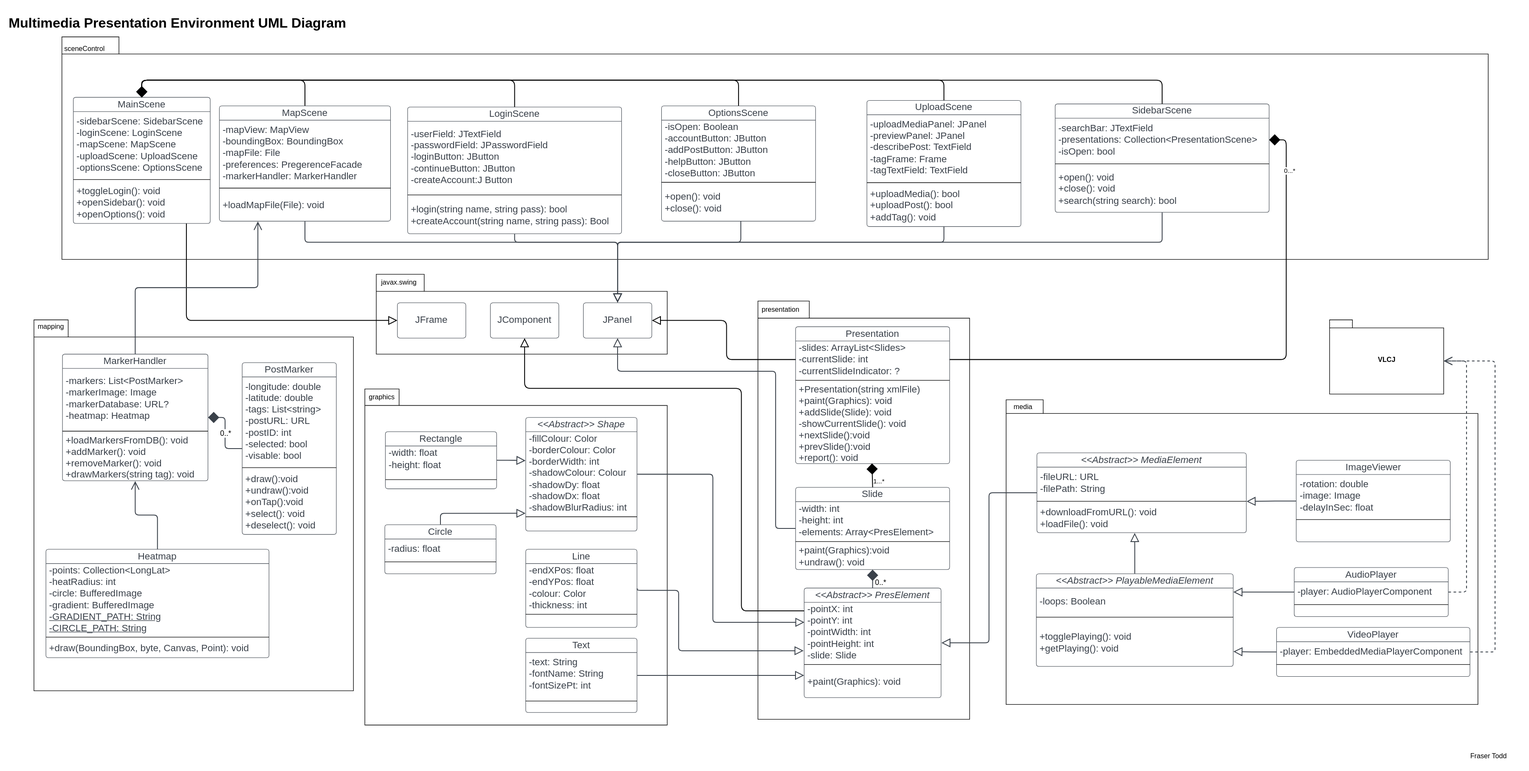
This is docs/MMPE-UML-Diagram.svg from Sweng-Group1/client-app-desktop, a draw.io export, as it was before one commit. Source tidied: cells renumbered, new cells last; positions are measured from the earlier drawing's top-left corner, leaving out a move shared by most shapes.
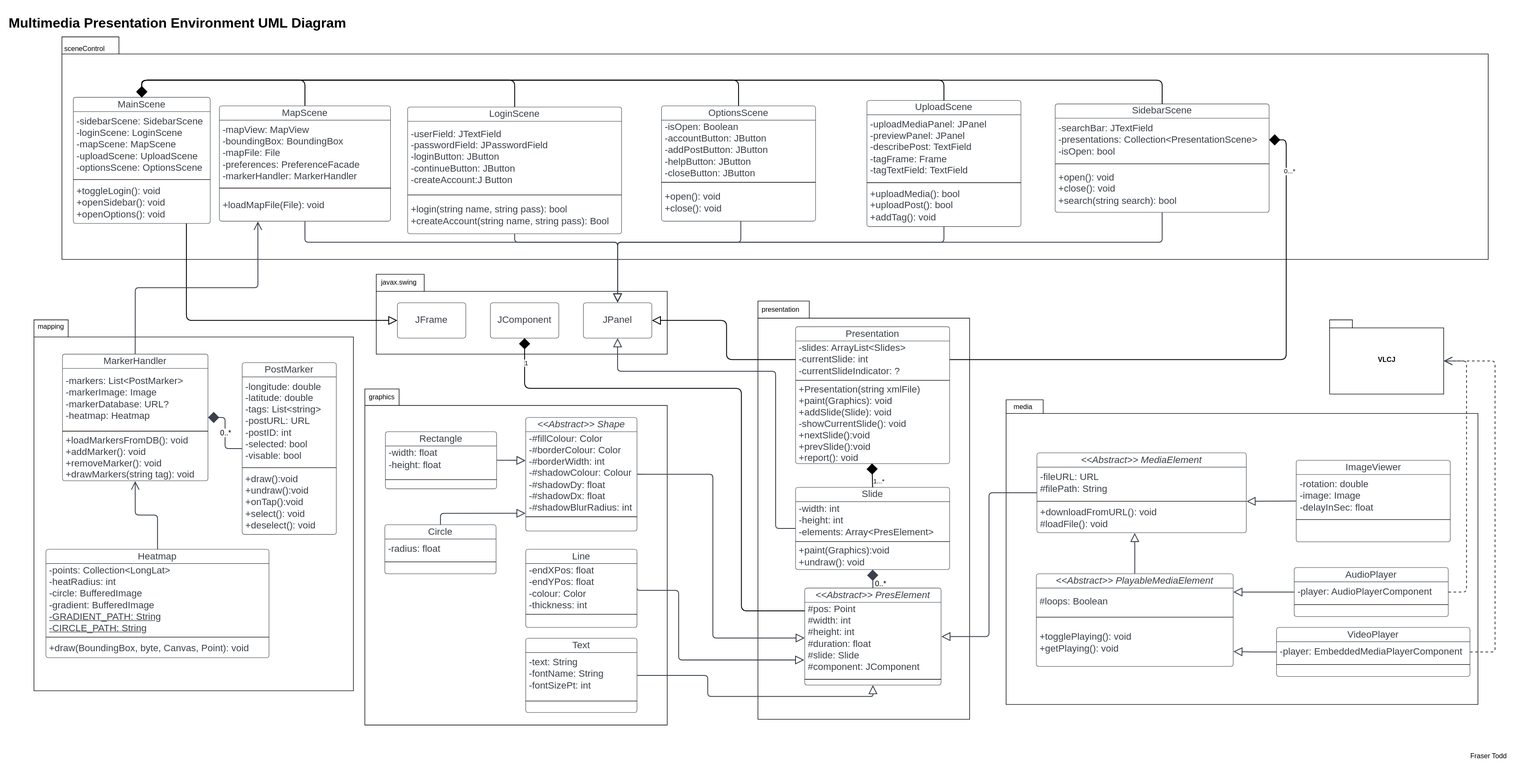
The same file after the commit.

Commit message:
Update UML to new approach drawing elements

Diff of the diagram source:
```diff
@@ -70,7 +70,7 @@
     <mxCell id="23" value="&amp;lt;&amp;lt;Abstract&amp;gt;&amp;gt; Shape" style="html=1;overflow=block;blockSpacing=1;swimlane;horizontal=1;swimlaneFillColor=#ffffff;startSize=25;whiteSpace=wrap;fontSize=16.7;fontColor=#3a414a;fontStyle=2;align=center;spacing=0;strokeColor=#3a414a;strokeOpacity=100;rounded=1;absoluteArcSize=1;arcSize=9;strokeWidth=0.8;" parent="1" vertex="1">
       <mxGeometry x="911" y="711" width="195" height="199" as="geometry" />
     </mxCell>
-    <mxCell id="24" value="-fillColour: Color&#10;-borderColour: Color&#10;-borderWidth: int&#10;-shadowColour: Colour&#10;-shadowDy: float&#10;-shadowDx: float&#10;-shadowBlurRadius: int" style="html=1;strokeColor=none;fillColor=none;align=left;verticalAlign=middle;spacingLeft=4;spacingRight=4;overflow=hidden;swimlaneFillColor=#ffffff;strokeOpacity=100;whiteSpace=wrap;fontSize=16.7;fontColor=#3a414a;" parent="23" vertex="1">
+    <mxCell id="24" value="-#fillColour: Color&lt;br&gt;-#borderColour: Color&lt;br&gt;-#borderWidth: int&lt;br&gt;-#shadowColour: Colour&lt;br&gt;-#shadowDy: float&lt;br&gt;-#shadowDx: float&lt;br&gt;-#shadowBlurRadius: int" style="html=1;strokeColor=none;fillColor=none;align=left;verticalAlign=middle;spacingLeft=4;spacingRight=4;overflow=hidden;swimlaneFillColor=#ffffff;strokeOpacity=100;whiteSpace=wrap;fontSize=16.7;fontColor=#3a414a;" parent="23" vertex="1">
       <mxGeometry y="25" width="195" height="145" as="geometry" />
     </mxCell>
     <mxCell id="25" style="line;strokeWidth=1;fillColor=none;align=left;verticalAlign=middle;spacingTop=-1;spacingLeft=3;spacingRight=3;labelPosition=right;" parent="23" vertex="1">
@@ -82,13 +82,13 @@
     <mxCell id="27" value="&lt;div style=&quot;&quot;&gt;&lt;span style=&quot;background-color: initial;&quot;&gt;&amp;lt;&amp;lt;Abstract&amp;gt;&amp;gt; MediaElement&lt;/span&gt;&lt;/div&gt;" style="html=1;overflow=block;blockSpacing=1;swimlane;horizontal=1;swimlaneFillColor=#ffffff;startSize=25;whiteSpace=wrap;fontSize=16.7;fontColor=#3a414a;fontStyle=2;align=center;spacing=0;strokeColor=#3a414a;strokeOpacity=100;rounded=1;absoluteArcSize=1;arcSize=9;strokeWidth=0.8;" parent="1" vertex="1">
       <mxGeometry x="1807" y="773" width="367" height="140" as="geometry" />
     </mxCell>
-    <mxCell id="28" value="-fileURL: URL&#10;-filePath: String" style="html=1;strokeColor=none;fillColor=none;align=left;verticalAlign=middle;spacingLeft=4;spacingRight=4;overflow=hidden;swimlaneFillColor=#ffffff;strokeOpacity=100;whiteSpace=wrap;fontSize=16.7;fontColor=#3a414a;" parent="27" vertex="1">
+    <mxCell id="28" value="-fileURL: URL&lt;br&gt;#filePath: String" style="html=1;strokeColor=none;fillColor=none;align=left;verticalAlign=middle;spacingLeft=4;spacingRight=4;overflow=hidden;swimlaneFillColor=#ffffff;strokeOpacity=100;whiteSpace=wrap;fontSize=16.7;fontColor=#3a414a;" parent="27" vertex="1">
       <mxGeometry y="25" width="367" height="56" as="geometry" />
     </mxCell>
     <mxCell id="29" style="line;strokeWidth=1;fillColor=none;align=left;verticalAlign=middle;spacingTop=-1;spacingLeft=3;spacingRight=3;labelPosition=right;" parent="27" vertex="1">
       <mxGeometry y="81" width="367" height="8" as="geometry" />
     </mxCell>
-    <mxCell id="30" value="+downloadFromURL(): void&#10;+loadFile(): void" style="html=1;strokeColor=none;fillColor=none;align=left;verticalAlign=middle;spacingLeft=4;spacingRight=4;overflow=hidden;swimlaneFillColor=#ffffff;strokeOpacity=100;whiteSpace=wrap;fontSize=16.7;fontColor=#3a414a;" parent="27" vertex="1">
+    <mxCell id="30" value="+downloadFromURL(): void&lt;br&gt;#loadFile(): void" style="html=1;strokeColor=none;fillColor=none;align=left;verticalAlign=middle;spacingLeft=4;spacingRight=4;overflow=hidden;swimlaneFillColor=#ffffff;strokeOpacity=100;whiteSpace=wrap;fontSize=16.7;fontColor=#3a414a;" parent="27" vertex="1">
       <mxGeometry y="89" width="367" height="51" as="geometry" />
     </mxCell>
     <mxCell id="31" value="Circle" style="html=1;overflow=block;blockSpacing=1;swimlane;horizontal=1;fontStyle=0;swimlaneFillColor=#ffffff;startSize=25;whiteSpace=wrap;fontSize=16.7;fontColor=#3a414a;align=center;spacing=0;strokeColor=#3a414a;strokeOpacity=100;rounded=1;absoluteArcSize=1;arcSize=9;strokeWidth=0.8;" parent="1" vertex="1">
@@ -146,17 +146,14 @@
       <mxGeometry y="69" width="339" height="17" as="geometry" />
     </mxCell>
     <mxCell id="49" value="&amp;lt;&amp;lt;Abstract&amp;gt;&amp;gt; PresElement" style="html=1;overflow=block;blockSpacing=1;swimlane;horizontal=1;swimlaneFillColor=#ffffff;startSize=25;whiteSpace=wrap;fontSize=16.7;fontColor=#3a414a;fontStyle=2;align=center;spacing=0;strokeColor=#3a414a;strokeOpacity=100;rounded=1;absoluteArcSize=1;arcSize=9;strokeWidth=0.8;" parent="1" vertex="1">
-      <mxGeometry x="1399" y="1010" width="240" height="192" as="geometry" />
+      <mxGeometry x="1400" y="1010" width="239" height="170" as="geometry" />
     </mxCell>
-    <mxCell id="50" value="-pointX: int&#10;-pointY: int&#10;-pointWidth: int&#10;-pointHeight: int&#10;-slide: Slide" style="html=1;strokeColor=none;fillColor=none;align=left;verticalAlign=middle;spacingLeft=4;spacingRight=4;overflow=hidden;points=[[0,0.5],[1,0.5]];portConstraint=eastwest;swimlaneFillColor=#ffffff;strokeOpacity=100;whiteSpace=wrap;fontSize=16.7;fontColor=#3a414a;" parent="49" vertex="1">
-      <mxGeometry y="25" width="240" height="105" as="geometry" />
+    <mxCell id="50" value="#pos: Point&lt;br&gt;#width: int&lt;br&gt;#height: int&lt;br&gt;#duration: float&lt;br&gt;#slide: Slide&lt;br&gt;#component: JComponent" style="html=1;strokeColor=none;fillColor=none;align=left;verticalAlign=middle;spacingLeft=4;spacingRight=4;overflow=hidden;points=[[0,0.5],[1,0.5]];portConstraint=eastwest;swimlaneFillColor=#ffffff;strokeOpacity=100;whiteSpace=wrap;fontSize=16.7;fontColor=#3a414a;" parent="49" vertex="1">
+      <mxGeometry y="25" width="239" height="125" as="geometry" />
     </mxCell>
     <mxCell id="51" style="line;strokeWidth=1;fillColor=none;align=left;verticalAlign=middle;spacingTop=-1;spacingLeft=3;spacingRight=3;labelPosition=right;" parent="49" vertex="1">
-      <mxGeometry y="130" width="240" height="8" as="geometry" />
+      <mxGeometry y="150" width="239" height="20" as="geometry" />
     </mxCell>
-    <mxCell id="52" value="+paint(Graphics): void" style="html=1;strokeColor=none;fillColor=none;align=left;verticalAlign=middle;spacingLeft=4;spacingRight=4;overflow=hidden;points=[[0,0.5],[1,0.5]];portConstraint=eastwest;swimlaneFillColor=#ffffff;strokeOpacity=100;whiteSpace=wrap;fontSize=16.7;fontColor=#3a414a;" parent="49" vertex="1">
-      <mxGeometry y="138" width="240" height="54" as="geometry" />
-    </mxCell>
     <mxCell id="53" style="html=1;jettySize=18;whiteSpace=wrap;fontSize=13;strokeColor=#3a414a;strokeOpacity=100;strokeWidth=1.5;rounded=1;arcSize=12;edgeStyle=orthogonalEdgeStyle;startArrow=none;endArrow=block;endFill=0;endSize=12;exitX=-0.001;exitY=0.5;exitPerimeter=0;entryX=1.002;entryY=0.5;entryPerimeter=0;lucidId=w.Ggfmv4Um-5;" parent="1" edge="1" source="27" target="49">
       <mxGeometry relative="1" as="geometry" />
     </mxCell>
@@ -263,7 +260,7 @@
     <mxCell id="84" value="MapScene" style="html=1;overflow=block;blockSpacing=1;swimlane;horizontal=1;fontStyle=0;swimlaneFillColor=#ffffff;startSize=25;whiteSpace=wrap;fontSize=16.7;fontColor=#3a414a;align=center;spacing=0;strokeColor=#3a414a;strokeOpacity=100;rounded=1;absoluteArcSize=1;arcSize=9;strokeWidth=0.8;" parent="1" vertex="1">
       <mxGeometry x="374" y="165" width="300" height="202" as="geometry" />
     </mxCell>
-    <mxCell id="85" value="-mapView: MapView&#10;-boundingBox: BoundingBox&#10;-mapFile: File&#10;-preferences: PregerenceFacade&#10;-markerHandler: MarkerHandler" style="html=1;strokeColor=none;fillColor=none;align=left;verticalAlign=middle;spacingLeft=4;spacingRight=4;overflow=hidden;swimlaneFillColor=#ffffff;strokeOpacity=100;whiteSpace=wrap;fontSize=16.7;fontColor=#3a414a;" parent="84" vertex="1">
+    <mxCell id="85" value="-mapView: MapView&lt;br&gt;-boundingBox: BoundingBox&lt;br&gt;-mapFile: File&lt;br&gt;-preferences: PreferenceFacade&lt;br&gt;-markerHandler: MarkerHandler" style="html=1;strokeColor=none;fillColor=none;align=left;verticalAlign=middle;spacingLeft=4;spacingRight=4;overflow=hidden;swimlaneFillColor=#ffffff;strokeOpacity=100;whiteSpace=wrap;fontSize=16.7;fontColor=#3a414a;" parent="84" vertex="1">
       <mxGeometry y="25" width="300" height="115" as="geometry" />
     </mxCell>
     <mxCell id="86" style="line;strokeWidth=1;fillColor=none;align=left;verticalAlign=middle;spacingTop=-1;spacingLeft=3;spacingRight=3;labelPosition=right;" parent="84" vertex="1">
@@ -321,7 +318,7 @@
     <mxCell id="100" value="&amp;lt;&amp;lt;Abstract&amp;gt;&amp;gt; PlayableMediaElement" style="html=1;overflow=block;blockSpacing=1;swimlane;horizontal=1;swimlaneFillColor=#ffffff;startSize=25;whiteSpace=wrap;fontSize=16.7;fontColor=#3a414a;fontStyle=2;align=center;spacing=0;strokeColor=#3a414a;strokeOpacity=100;rounded=1;absoluteArcSize=1;arcSize=9;strokeWidth=0.8;" parent="1" vertex="1">
       <mxGeometry x="1806" y="985" width="345" height="162.2" as="geometry" />
     </mxCell>
-    <mxCell id="101" value="-loops: Boolean" style="html=1;strokeColor=none;fillColor=none;align=left;verticalAlign=middle;spacingLeft=4;spacingRight=4;overflow=hidden;swimlaneFillColor=#ffffff;strokeOpacity=100;whiteSpace=wrap;fontSize=16.7;fontColor=#3a414a;" parent="100" vertex="1">
+    <mxCell id="101" value="#loops: Boolean" style="html=1;strokeColor=none;fillColor=none;align=left;verticalAlign=middle;spacingLeft=4;spacingRight=4;overflow=hidden;swimlaneFillColor=#ffffff;strokeOpacity=100;whiteSpace=wrap;fontSize=16.7;fontColor=#3a414a;" parent="100" vertex="1">
       <mxGeometry y="25" width="345" height="47" as="geometry" />
     </mxCell>
     <mxCell id="102" style="line;strokeWidth=1;fillColor=none;align=left;verticalAlign=middle;spacingTop=-1;spacingLeft=3;spacingRight=3;labelPosition=right;" parent="100" vertex="1">
@@ -347,16 +344,15 @@
         <Array as="points">
           <mxPoint x="1106" y="1014" />
           <mxPoint x="1179" y="1014" />
-          <mxPoint x="1179" y="1120" />
+          <mxPoint x="1179" y="1136" />
         </Array>
       </mxGeometry>
     </mxCell>
-    <mxCell id="109" style="html=1;jettySize=18;whiteSpace=wrap;fontSize=13;strokeColor=#3a414a;strokeOpacity=100;strokeWidth=1.5;rounded=1;arcSize=12;edgeStyle=orthogonalEdgeStyle;startArrow=none;endArrow=block;endFill=0;endSize=12;exitX=1.002;exitY=0.5;exitPerimeter=0;entryX=0.002;entryY=0.34;entryPerimeter=0;lucidId=~vgn391kcbr2;entryDx=0;entryDy=0;" parent="1" edge="1" source="23" target="50">
+    <mxCell id="109" style="html=1;jettySize=18;whiteSpace=wrap;fontSize=13;strokeColor=#3a414a;strokeOpacity=100;strokeWidth=1.5;rounded=1;arcSize=12;edgeStyle=orthogonalEdgeStyle;startArrow=none;endArrow=block;endFill=0;endSize=12;exitX=1.002;exitY=0.5;exitPerimeter=0;entryX=0;entryY=0.5;lucidId=~vgn391kcbr2;entryDx=0;entryDy=0;" parent="1" edge="1" source="23" target="50">
       <mxGeometry relative="1" as="geometry">
         <Array as="points">
           <mxPoint x="1239" y="810" />
-          <mxPoint x="1239" y="1070" />
-          <mxPoint x="1399" y="1070" />
+          <mxPoint x="1239" y="1098" />
         </Array>
       </mxGeometry>
     </mxCell>
@@ -372,11 +368,12 @@
     <mxCell id="113" style="html=1;strokeColor=none;fillColor=none;align=left;verticalAlign=middle;spacingLeft=4;spacingRight=4;overflow=hidden;swimlaneFillColor=#ffffff;strokeOpacity=100;whiteSpace=wrap;fontSize=13;" parent="110" vertex="1">
       <mxGeometry y="120" width="195" height="10" as="geometry" />
     </mxCell>
-    <mxCell id="114" style="html=1;jettySize=18;whiteSpace=wrap;fontSize=13;strokeColor=#3a414a;strokeOpacity=100;strokeWidth=1.5;rounded=1;arcSize=12;edgeStyle=orthogonalEdgeStyle;startArrow=none;endArrow=block;endFill=0;endSize=12;exitX=1.002;exitY=0.5;exitPerimeter=0;lucidId=ICgnSEQUec0v;" parent="1" edge="1" source="110" target="52">
+    <mxCell id="114" style="html=1;jettySize=18;whiteSpace=wrap;fontSize=13;strokeColor=#3a414a;strokeOpacity=100;strokeWidth=1.5;rounded=1;arcSize=12;edgeStyle=orthogonalEdgeStyle;startArrow=none;endArrow=block;endFill=0;endSize=12;exitX=1.002;exitY=0.5;exitPerimeter=0;lucidId=ICgnSEQUec0v;entryX=0.5;entryY=1;entryDx=0;entryDy=0;" parent="1" edge="1" source="110" target="49">
       <mxGeometry relative="1" as="geometry">
         <Array as="points">
-          <mxPoint x="1329" y="1163" />
-          <mxPoint x="1329" y="1163" />
+          <mxPoint x="1230" y="1163" />
+          <mxPoint x="1230" y="1200" />
+          <mxPoint x="1520" y="1200" />
         </Array>
       </mxGeometry>
     </mxCell>
@@ -475,7 +472,7 @@
     <mxCell id="132" value="sceneControl" style="text;html=1;strokeColor=none;fillColor=none;align=center;verticalAlign=middle;whiteSpace=wrap;rounded=0;" parent="1" vertex="1">
       <mxGeometry x="108" y="50" width="60" height="30" as="geometry" />
     </mxCell>
-    <mxCell id="133" style="edgeStyle=orthogonalEdgeStyle;rounded=1;jettySize=auto;html=1;entryX=0.5;entryY=1;entryDx=0;entryDy=0;strokeWidth=1.5;endArrow=block;endFill=0;endSize=12;elbow=vertical;fontSize=13;" parent="1" edge="1" source="49" target="117">
+    <mxCell id="133" style="edgeStyle=orthogonalEdgeStyle;rounded=1;jettySize=auto;html=1;entryX=0.5;entryY=1;entryDx=0;entryDy=0;strokeWidth=1.5;endArrow=diamond;endFill=1;endSize=16;elbow=vertical;fontSize=13;" parent="1" edge="1" source="49" target="117">
       <mxGeometry relative="1" as="geometry">
         <Array as="points">
           <mxPoint x="1289" y="1050" />
@@ -484,6 +481,11 @@
         </Array>
       </mxGeometry>
     </mxCell>
+    <mxCell id="143" value="1" style="edgeLabel;html=1;align=center;verticalAlign=middle;" parent="133" vertex="1">
+      <mxGeometry x="0.89" y="-1" relative="1" as="geometry">
+        <mxPoint x="1" y="-12" as="offset" />
+      </mxGeometry>
+    </mxCell>
     <mxCell id="134" value="Heatmap" style="html=1;overflow=block;blockSpacing=1;swimlane;horizontal=1;fontStyle=0;swimlaneFillColor=#ffffff;startSize=25;whiteSpace=wrap;fontSize=16.7;fontColor=#3a414a;align=center;spacing=0;strokeColor=#3a414a;strokeOpacity=100;rounded=1;absoluteArcSize=1;arcSize=9;strokeWidth=0.8;" parent="1" vertex="1">
       <mxGeometry x="70" y="942" width="391" height="190" as="geometry" />
     </mxCell>
```
